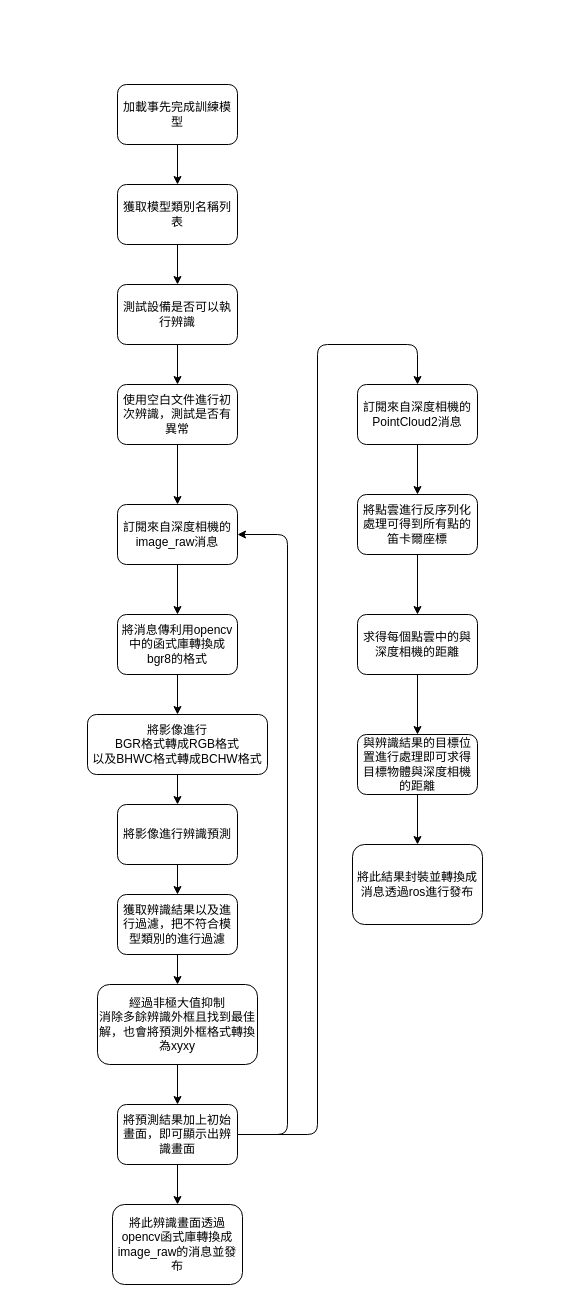
jamesorry/ros2_ws keeps this draw.io diagram as src/my_nav2_bringup/my_bringup/memo/yolo.drawio. Above is the earlier version. Source tidied: cells renumbered, new cells numbered last; positions are measured from the earlier drawing's top-left corner, leaving out a move shared by most shapes. Both pictures are drawn from the tidied source at 100%, with x=0, y=0 at pixel (87, 84).
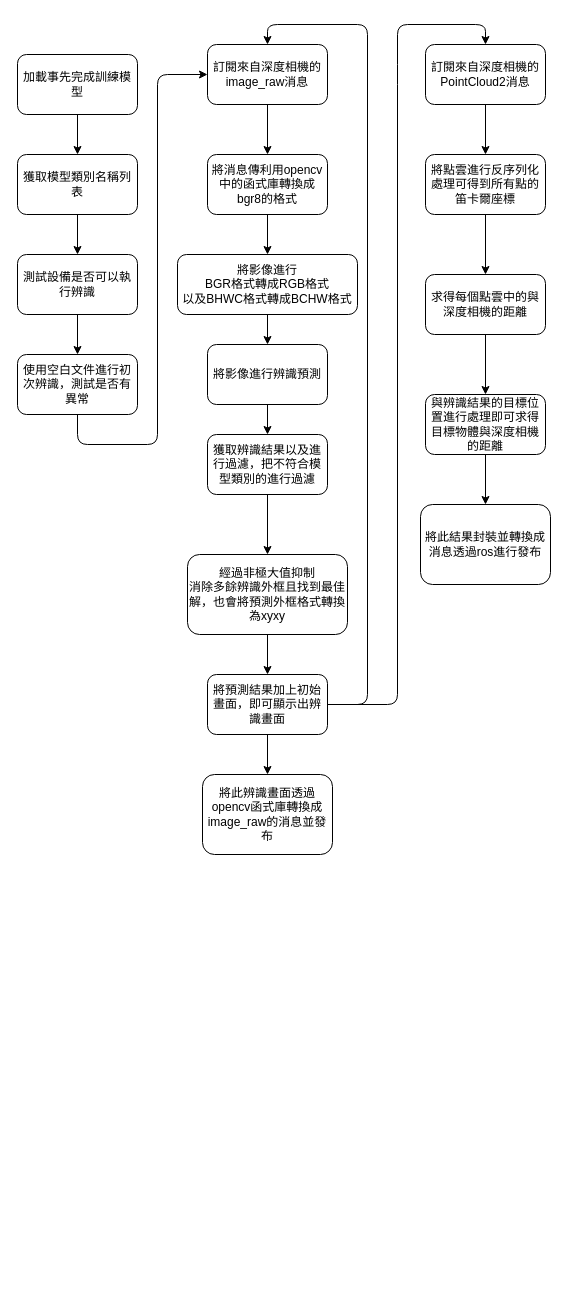
After the change.

The edit, as a diff of the source:
```diff
@@
     <mxCell id="3" value="加載事先完成訓練模型" style="rounded=1;whiteSpace=wrap;html=1;" parent="1" vertex="1">
-      <mxGeometry x="30" width="120" height="60" as="geometry" />
+      <mxGeometry x="-70" y="-30" width="120" height="60" as="geometry" />
     </mxCell>
@@
     <mxCell id="5" value="獲取模型類別名稱列表" style="rounded=1;whiteSpace=wrap;html=1;" parent="1" vertex="1">
-      <mxGeometry x="30" y="100" width="120" height="60" as="geometry" />
+      <mxGeometry x="-70" y="70" width="120" height="60" as="geometry" />
     </mxCell>
@@
     <mxCell id="7" value="測試設備是否可以執行辨識" style="rounded=1;whiteSpace=wrap;html=1;" parent="1" vertex="1">
-      <mxGeometry x="30" y="200" width="120" height="60" as="geometry" />
+      <mxGeometry x="-70" y="170" width="120" height="60" as="geometry" />
     </mxCell>
     <mxCell id="8" style="edgeStyle=none;html=1;" parent="1" edge="1" source="9" target="11">
-      <mxGeometry relative="1" as="geometry" />
+      <mxGeometry relative="1" as="geometry">
+        <Array as="points">
+          <mxPoint x="-10" y="360" />
+          <mxPoint x="70" y="360" />
+          <mxPoint x="70" y="-10" />
+        </Array>
+      </mxGeometry>
     </mxCell>
     <mxCell id="9" value="使用空白文件進行初次辨識，測試是否有異常" style="rounded=1;whiteSpace=wrap;html=1;" parent="1" vertex="1">
-      <mxGeometry x="30" y="300" width="120" height="60" as="geometry" />
+      <mxGeometry x="-70" y="270" width="120" height="60" as="geometry" />
     </mxCell>
@@
     <mxCell id="11" value="訂閱來自深度相機的image_raw消息" style="rounded=1;whiteSpace=wrap;html=1;" parent="1" vertex="1">
-      <mxGeometry x="30" y="420" width="120" height="60" as="geometry" />
+      <mxGeometry x="120" y="-40" width="120" height="60" as="geometry" />
     </mxCell>
@@
     <mxCell id="13" value="將消息傳利用opencv中的函式庫轉換成bgr8的格式" style="rounded=1;whiteSpace=wrap;html=1;" parent="1" vertex="1">
-      <mxGeometry x="30" y="530" width="120" height="60" as="geometry" />
+      <mxGeometry x="120" y="70" width="120" height="60" as="geometry" />
     </mxCell>
@@
     <mxCell id="15" value="將影像進行&lt;br&gt;BGR格式轉成RGB格式&lt;br&gt;以及BHWC格式轉成BCHW格式" style="rounded=1;whiteSpace=wrap;html=1;" parent="1" vertex="1">
-      <mxGeometry y="630" width="180" height="60" as="geometry" />
+      <mxGeometry x="90" y="170" width="180" height="60" as="geometry" />
     </mxCell>
@@
     <mxCell id="17" value="將影像進行辨識預測" style="rounded=1;whiteSpace=wrap;html=1;" parent="1" vertex="1">
-      <mxGeometry x="30" y="720" width="120" height="60" as="geometry" />
+      <mxGeometry x="120" y="260" width="120" height="60" as="geometry" />
     </mxCell>
@@
     <mxCell id="19" value="獲取辨識結果以及進行過濾，把不符合模型類別的進行過濾" style="rounded=1;whiteSpace=wrap;html=1;" parent="1" vertex="1">
-      <mxGeometry x="30" y="810" width="120" height="60" as="geometry" />
+      <mxGeometry x="120" y="350" width="120" height="60" as="geometry" />
     </mxCell>
@@
     <mxCell id="21" value="經過非極大值抑制&lt;br&gt;消除多餘辨識外框且找到最佳解，也會將預測外框格式轉換為xyxy" style="rounded=1;whiteSpace=wrap;html=1;" parent="1" vertex="1">
-      <mxGeometry x="10" y="900" width="160" height="80" as="geometry" />
+      <mxGeometry x="100" y="470" width="160" height="80" as="geometry" />
     </mxCell>
@@
+    <mxCell id="24" style="edgeStyle=none;html=1;entryX=0.5;entryY=0;entryDx=0;entryDy=0;" parent="1" edge="1" source="25" target="28">
+      <mxGeometry relative="1" as="geometry">
+        <Array as="points">
+          <mxPoint x="310" y="620" />
+          <mxPoint x="310" y="-10" />
+          <mxPoint x="310" y="-60" />
+          <mxPoint x="398" y="-60" />
+        </Array>
+      </mxGeometry>
+    </mxCell>
-    <mxCell id="23" style="edgeStyle=none;html=1;entryX=1;entryY=0.5;entryDx=0;entryDy=0;" parent="1" edge="1" source="25" target="11">
+    <mxCell id="23" style="edgeStyle=none;html=1;entryX=0.5;entryY=0;entryDx=0;entryDy=0;" parent="1" edge="1" source="25" target="11">
       <mxGeometry relative="1" as="geometry">
         <Array as="points">
-          <mxPoint x="200" y="1050" />
-          <mxPoint x="200" y="450" />
+          <mxPoint x="280" y="620" />
+          <mxPoint x="280" y="-60" />
+          <mxPoint x="180" y="-60" />
         </Array>
       </mxGeometry>
     </mxCell>
-    <mxCell id="24" style="edgeStyle=none;html=1;entryX=0.5;entryY=0;entryDx=0;entryDy=0;" parent="1" edge="1" source="25" target="28">
-      <mxGeometry relative="1" as="geometry">
-        <Array as="points">
-          <mxPoint x="230" y="1050" />
-          <mxPoint x="230" y="260" />
-          <mxPoint x="330" y="260" />
-        </Array>
-      </mxGeometry>
-    </mxCell>
     <mxCell id="25" value="將預測結果加上初始畫面，即可顯示出辨識畫面" style="rounded=1;whiteSpace=wrap;html=1;" parent="1" vertex="1">
-      <mxGeometry x="30" y="1020" width="120" height="60" as="geometry" />
+      <mxGeometry x="120" y="590" width="120" height="60" as="geometry" />
     </mxCell>
     <mxCell id="26" value="將此辨識畫面透過opencv函式庫轉換成image_raw的消息並發布" style="rounded=1;whiteSpace=wrap;html=1;" parent="1" vertex="1">
-      <mxGeometry x="25" y="1120" width="130" height="80" as="geometry" />
+      <mxGeometry x="115" y="690" width="130" height="80" as="geometry" />
     </mxCell>
@@
     <mxCell id="28" value="&lt;span&gt;訂閱來自深度相機的PointCloud2消息&lt;/span&gt;" style="rounded=1;whiteSpace=wrap;html=1;" parent="1" vertex="1">
-      <mxGeometry x="270" y="300" width="120" height="60" as="geometry" />
+      <mxGeometry x="338" y="-40" width="120" height="60" as="geometry" />
     </mxCell>
@@
     <mxCell id="30" value="將點雲進行反序列化處理可得到所有點的笛卡爾座標" style="rounded=1;whiteSpace=wrap;html=1;" parent="1" vertex="1">
-      <mxGeometry x="270" y="410" width="120" height="60" as="geometry" />
+      <mxGeometry x="338" y="70" width="120" height="60" as="geometry" />
     </mxCell>
@@
     <mxCell id="32" value="求得每個點雲中的與深度相機的距離" style="rounded=1;whiteSpace=wrap;html=1;" parent="1" vertex="1">
-      <mxGeometry x="270" y="530" width="120" height="60" as="geometry" />
+      <mxGeometry x="338" y="190" width="120" height="60" as="geometry" />
     </mxCell>
@@
     <mxCell id="34" value="與辨識結果的目標位置進行處理即可求得目標物體與深度相機的距離" style="rounded=1;whiteSpace=wrap;html=1;" parent="1" vertex="1">
-      <mxGeometry x="270" y="650" width="120" height="60" as="geometry" />
+      <mxGeometry x="338" y="310" width="120" height="60" as="geometry" />
     </mxCell>
     <mxCell id="35" value="將此結果封裝並轉換成消息透過ros進行發布" style="rounded=1;whiteSpace=wrap;html=1;" parent="1" vertex="1">
-      <mxGeometry x="265" y="760" width="130" height="80" as="geometry" />
+      <mxGeometry x="333" y="420" width="130" height="80" as="geometry" />
     </mxCell>
```
